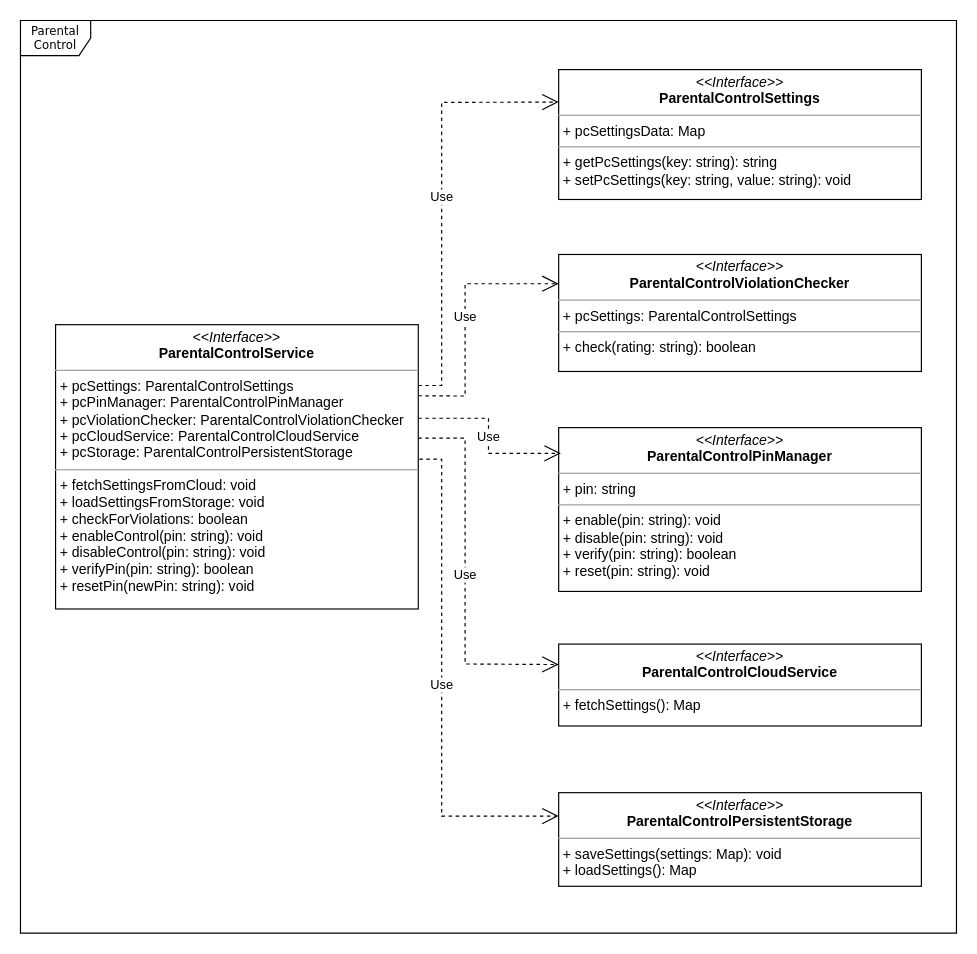
This is pc-uml.drawio from ashokkumarsh/diagrams, a draw.io file, before an edit. Source tidied: cells renumbered, new cells numbered last; positions are measured from the earlier drawing's top-left corner, leaving out a move shared by most shapes. Both pictures are drawn from the tidied source at 117%, with x=0, y=0 at pixel (20, 20).
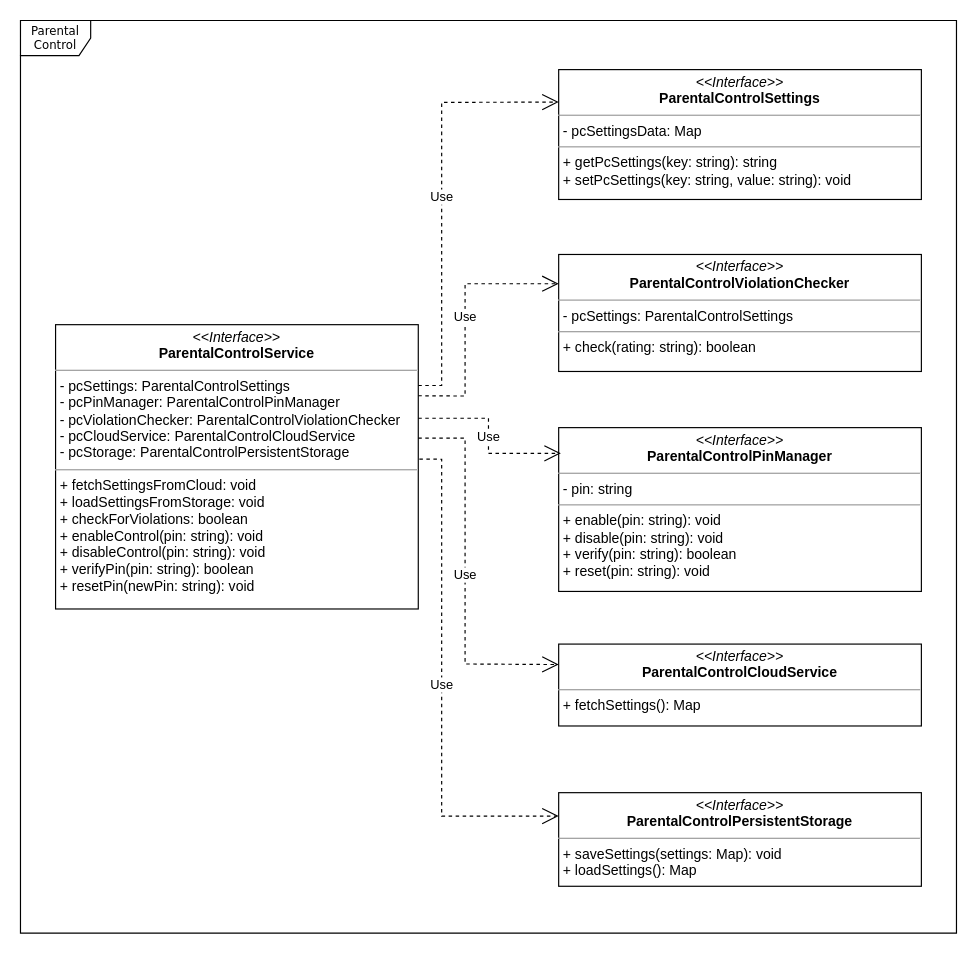
Above is the later version.

Change to the diagram source:
```diff
@@
-    <mxCell id="3" value="&lt;p style=&quot;margin:0px;margin-top:4px;text-align:center;&quot;&gt;&lt;i&gt;&amp;lt;&amp;lt;Interface&amp;gt;&amp;gt;&lt;/i&gt;&lt;br&gt;&lt;b&gt;ParentalControlService&lt;/b&gt;&lt;/p&gt;&lt;hr size=&quot;1&quot;&gt;&lt;p style=&quot;margin:0px;margin-left:4px;&quot;&gt;+ pcSettings: ParentalControlSettings&lt;br&gt;+ pcPinManager: ParentalControlPinManager&lt;/p&gt;&lt;p style=&quot;margin:0px;margin-left:4px;&quot;&gt;+ pcViolationChecker: ParentalControlViolationChecker&lt;/p&gt;&lt;p style=&quot;margin:0px;margin-left:4px;&quot;&gt;+ pcCloudService: ParentalControlCloudService&lt;/p&gt;&lt;p style=&quot;margin:0px;margin-left:4px;&quot;&gt;+ pcStorage: ParentalControlPersistentStorage&lt;/p&gt;&lt;hr size=&quot;1&quot;&gt;&lt;p style=&quot;margin:0px;margin-left:4px;&quot;&gt;+ fetchSettingsFromCloud: void&lt;br&gt;+ loadSettingsFromStorage: void&lt;/p&gt;&lt;p style=&quot;margin:0px;margin-left:4px;&quot;&gt;+ checkForViolations: boolean&lt;/p&gt;&lt;p style=&quot;margin:0px;margin-left:4px;&quot;&gt;+ enableControl(pin: string): void&lt;/p&gt;&lt;p style=&quot;margin:0px;margin-left:4px;&quot;&gt;+ disableControl(pin: string): void&lt;/p&gt;&lt;p style=&quot;margin:0px;margin-left:4px;&quot;&gt;+ verifyPin(pin: string): boolean&lt;/p&gt;&lt;p style=&quot;margin:0px;margin-left:4px;&quot;&gt;+ resetPin(newPin: string): void&lt;/p&gt;" style="verticalAlign=top;align=left;overflow=fill;fontSize=12;fontFamily=Helvetica;html=1;rounded=0;shadow=0;comic=0;labelBackgroundColor=none;strokeWidth=1;" parent="1" vertex="1">
+    <mxCell id="3" value="&lt;p style=&quot;margin:0px;margin-top:4px;text-align:center;&quot;&gt;&lt;i&gt;&amp;lt;&amp;lt;Interface&amp;gt;&amp;gt;&lt;/i&gt;&lt;br&gt;&lt;b&gt;ParentalControlService&lt;/b&gt;&lt;/p&gt;&lt;hr size=&quot;1&quot;&gt;&lt;p style=&quot;margin:0px;margin-left:4px;&quot;&gt;- pcSettings: ParentalControlSettings&lt;br&gt;- pcPinManager: ParentalControlPinManager&lt;/p&gt;&lt;p style=&quot;margin:0px;margin-left:4px;&quot;&gt;- pcViolationChecker: ParentalControlViolationChecker&lt;/p&gt;&lt;p style=&quot;margin:0px;margin-left:4px;&quot;&gt;- pcCloudService: ParentalControlCloudService&lt;/p&gt;&lt;p style=&quot;margin:0px;margin-left:4px;&quot;&gt;- pcStorage: ParentalControlPersistentStorage&lt;/p&gt;&lt;hr size=&quot;1&quot;&gt;&lt;p style=&quot;margin:0px;margin-left:4px;&quot;&gt;+ fetchSettingsFromCloud: void&lt;br&gt;+ loadSettingsFromStorage: void&lt;/p&gt;&lt;p style=&quot;margin:0px;margin-left:4px;&quot;&gt;+ checkForViolations: boolean&lt;/p&gt;&lt;p style=&quot;margin:0px;margin-left:4px;&quot;&gt;+ enableControl(pin: string): void&lt;/p&gt;&lt;p style=&quot;margin:0px;margin-left:4px;&quot;&gt;+ disableControl(pin: string): void&lt;/p&gt;&lt;p style=&quot;margin:0px;margin-left:4px;&quot;&gt;+ verifyPin(pin: string): boolean&lt;/p&gt;&lt;p style=&quot;margin:0px;margin-left:4px;&quot;&gt;+ resetPin(newPin: string): void&lt;/p&gt;" style="verticalAlign=top;align=left;overflow=fill;fontSize=12;fontFamily=Helvetica;html=1;rounded=0;shadow=0;comic=0;labelBackgroundColor=none;strokeWidth=1;" parent="1" vertex="1">
       <mxGeometry x="30" y="260" width="310" height="243" as="geometry" />
     </mxCell>
-    <mxCell id="4" value="&lt;p style=&quot;margin:0px;margin-top:4px;text-align:center;&quot;&gt;&lt;i&gt;&amp;lt;&amp;lt;Interface&amp;gt;&amp;gt;&lt;/i&gt;&lt;br&gt;&lt;b&gt;ParentalControlSettings&lt;/b&gt;&lt;/p&gt;&lt;hr size=&quot;1&quot;&gt;&lt;p style=&quot;margin:0px;margin-left:4px;&quot;&gt;+ pcSettingsData: Map&lt;br&gt;&lt;/p&gt;&lt;hr size=&quot;1&quot;&gt;&lt;p style=&quot;margin:0px;margin-left:4px;&quot;&gt;+ getPcSettings(key: string): string&lt;br&gt;+ setPcSettings(key: string, value: string): void&lt;/p&gt;" style="verticalAlign=top;align=left;overflow=fill;fontSize=12;fontFamily=Helvetica;html=1;rounded=0;shadow=0;comic=0;labelBackgroundColor=none;strokeWidth=1;" parent="1" vertex="1">
+    <mxCell id="4" value="&lt;p style=&quot;margin:0px;margin-top:4px;text-align:center;&quot;&gt;&lt;i&gt;&amp;lt;&amp;lt;Interface&amp;gt;&amp;gt;&lt;/i&gt;&lt;br&gt;&lt;b&gt;ParentalControlSettings&lt;/b&gt;&lt;/p&gt;&lt;hr size=&quot;1&quot;&gt;&lt;p style=&quot;margin:0px;margin-left:4px;&quot;&gt;- pcSettingsData: Map&lt;br&gt;&lt;/p&gt;&lt;hr size=&quot;1&quot;&gt;&lt;p style=&quot;margin:0px;margin-left:4px;&quot;&gt;+ getPcSettings(key: string): string&lt;br&gt;+ setPcSettings(key: string, value: string): void&lt;/p&gt;" style="verticalAlign=top;align=left;overflow=fill;fontSize=12;fontFamily=Helvetica;html=1;rounded=0;shadow=0;comic=0;labelBackgroundColor=none;strokeWidth=1;" parent="1" vertex="1">
       <mxGeometry x="460" y="42" width="310" height="111" as="geometry" />
     </mxCell>
-    <mxCell id="5" value="&lt;p style=&quot;margin:0px;margin-top:4px;text-align:center;&quot;&gt;&lt;i&gt;&amp;lt;&amp;lt;Interface&amp;gt;&amp;gt;&lt;/i&gt;&lt;br&gt;&lt;b&gt;ParentalControlViolationChecker&lt;/b&gt;&lt;/p&gt;&lt;hr size=&quot;1&quot;&gt;&lt;p style=&quot;margin:0px;margin-left:4px;&quot;&gt;+ pcSettings: ParentalControlSettings&lt;br&gt;&lt;/p&gt;&lt;hr size=&quot;1&quot;&gt;&lt;p style=&quot;margin:0px;margin-left:4px;&quot;&gt;+ check(rating: string): boolean&lt;br&gt;&lt;/p&gt;" style="verticalAlign=top;align=left;overflow=fill;fontSize=12;fontFamily=Helvetica;html=1;rounded=0;shadow=0;comic=0;labelBackgroundColor=none;strokeWidth=1;" parent="1" vertex="1">
+    <mxCell id="5" value="&lt;p style=&quot;margin:0px;margin-top:4px;text-align:center;&quot;&gt;&lt;i&gt;&amp;lt;&amp;lt;Interface&amp;gt;&amp;gt;&lt;/i&gt;&lt;br&gt;&lt;b&gt;ParentalControlViolationChecker&lt;/b&gt;&lt;/p&gt;&lt;hr size=&quot;1&quot;&gt;&lt;p style=&quot;margin:0px;margin-left:4px;&quot;&gt;- pcSettings: ParentalControlSettings&lt;br&gt;&lt;/p&gt;&lt;hr size=&quot;1&quot;&gt;&lt;p style=&quot;margin:0px;margin-left:4px;&quot;&gt;+ check(rating: string): boolean&lt;br&gt;&lt;/p&gt;" style="verticalAlign=top;align=left;overflow=fill;fontSize=12;fontFamily=Helvetica;html=1;rounded=0;shadow=0;comic=0;labelBackgroundColor=none;strokeWidth=1;" parent="1" vertex="1">
       <mxGeometry x="460" y="200" width="310" height="100" as="geometry" />
     </mxCell>
-    <mxCell id="6" value="&lt;p style=&quot;margin:0px;margin-top:4px;text-align:center;&quot;&gt;&lt;i&gt;&amp;lt;&amp;lt;Interface&amp;gt;&amp;gt;&lt;/i&gt;&lt;br&gt;&lt;b&gt;ParentalControlPinManager&lt;/b&gt;&lt;/p&gt;&lt;hr size=&quot;1&quot;&gt;&lt;p style=&quot;margin:0px;margin-left:4px;&quot;&gt;+ pin: string&lt;br&gt;&lt;/p&gt;&lt;hr size=&quot;1&quot;&gt;&lt;p style=&quot;margin:0px;margin-left:4px;&quot;&gt;+ enable(pin: string): void&lt;br&gt;&lt;/p&gt;&lt;p style=&quot;margin:0px;margin-left:4px;&quot;&gt;+ disable(pin: string): void&lt;/p&gt;&lt;p style=&quot;margin:0px;margin-left:4px;&quot;&gt;+ verify(pin: string): boolean&lt;/p&gt;&lt;p style=&quot;margin:0px;margin-left:4px;&quot;&gt;+ reset(pin: string): void&lt;/p&gt;" style="verticalAlign=top;align=left;overflow=fill;fontSize=12;fontFamily=Helvetica;html=1;rounded=0;shadow=0;comic=0;labelBackgroundColor=none;strokeWidth=1;" parent="1" vertex="1">
+    <mxCell id="6" value="&lt;p style=&quot;margin:0px;margin-top:4px;text-align:center;&quot;&gt;&lt;i&gt;&amp;lt;&amp;lt;Interface&amp;gt;&amp;gt;&lt;/i&gt;&lt;br&gt;&lt;b&gt;ParentalControlPinManager&lt;/b&gt;&lt;/p&gt;&lt;hr size=&quot;1&quot;&gt;&lt;p style=&quot;margin:0px;margin-left:4px;&quot;&gt;- pin: string&lt;br&gt;&lt;/p&gt;&lt;hr size=&quot;1&quot;&gt;&lt;p style=&quot;margin:0px;margin-left:4px;&quot;&gt;+ enable(pin: string): void&lt;br&gt;&lt;/p&gt;&lt;p style=&quot;margin:0px;margin-left:4px;&quot;&gt;+ disable(pin: string): void&lt;/p&gt;&lt;p style=&quot;margin:0px;margin-left:4px;&quot;&gt;+ verify(pin: string): boolean&lt;/p&gt;&lt;p style=&quot;margin:0px;margin-left:4px;&quot;&gt;+ reset(pin: string): void&lt;/p&gt;" style="verticalAlign=top;align=left;overflow=fill;fontSize=12;fontFamily=Helvetica;html=1;rounded=0;shadow=0;comic=0;labelBackgroundColor=none;strokeWidth=1;" parent="1" vertex="1">
       <mxGeometry x="460" y="348" width="310" height="140" as="geometry" />
     </mxCell>
```
